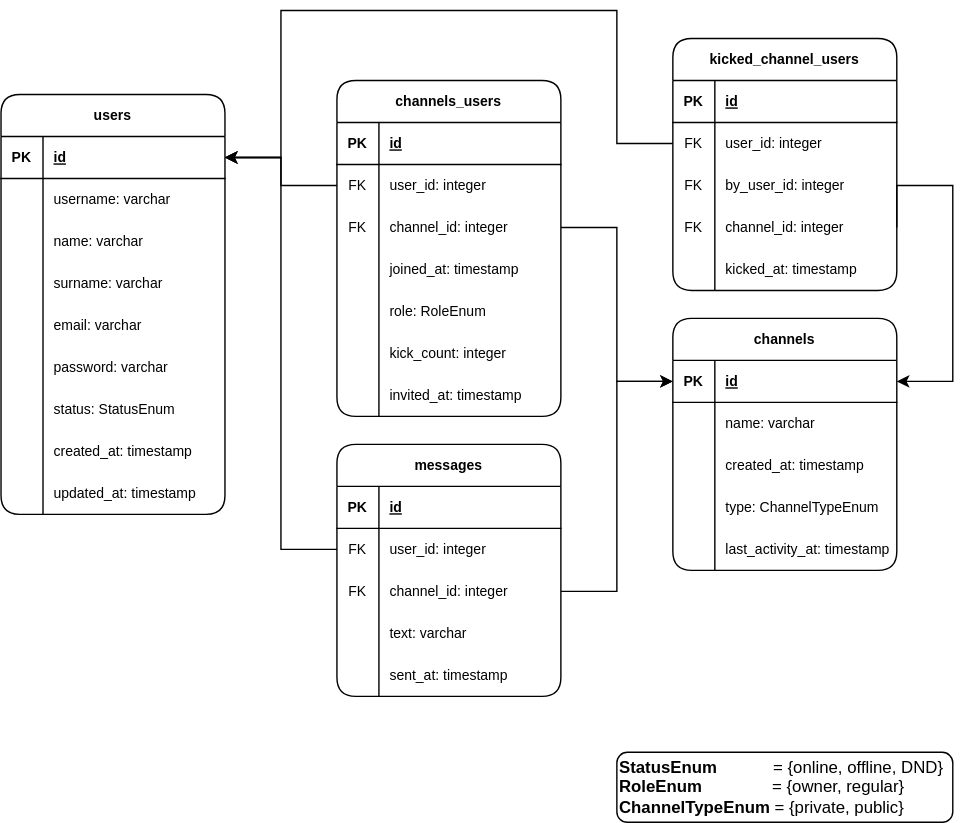
The draw.io diagram db_vpwa.svg in vktr274/VPWA-Backend, before a commit. Source tidied: cells renumbered, new cells last; positions are measured from the earlier drawing's top-left corner, leaving out a move shared by most shapes.
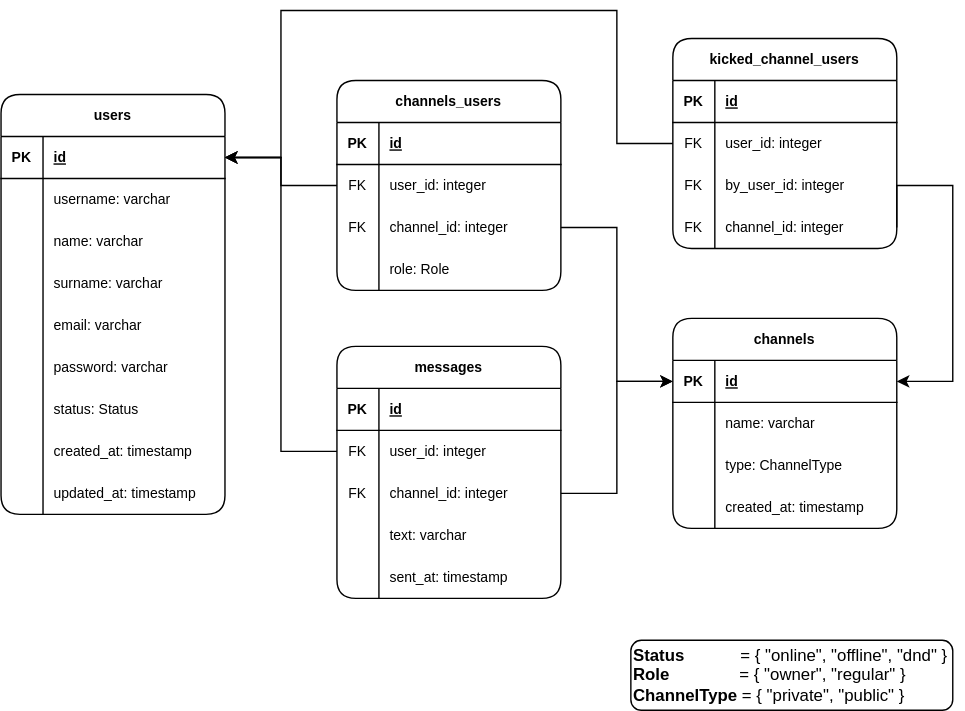
After the commit.

The edit, as a diff of the source:
```diff
@@ -65,7 +65,7 @@
     <mxCell id="22" style="shape=partialRectangle;fillColor=none;top=0;left=0;bottom=0;right=0;overflow=hidden;rounded=1;shadow=0;labelBackgroundColor=none;labelBorderColor=none;sketch=0;fontSize=10;fontColor=default;strokeColor=default;" parent="21" vertex="1">
       <mxGeometry width="30" height="30" as="geometry" />
     </mxCell>
-    <mxCell id="23" value="status: StatusEnum" style="shape=partialRectangle;fillColor=none;top=0;left=0;bottom=0;right=0;align=left;spacingLeft=6;overflow=hidden;rounded=1;shadow=0;labelBackgroundColor=none;labelBorderColor=none;sketch=0;fontSize=10;fontColor=default;strokeColor=default;" parent="21" vertex="1">
+    <mxCell id="23" value="status: Status" style="shape=partialRectangle;fillColor=none;top=0;left=0;bottom=0;right=0;align=left;spacingLeft=6;overflow=hidden;rounded=1;shadow=0;labelBackgroundColor=none;labelBorderColor=none;sketch=0;fontSize=10;fontColor=default;strokeColor=default;" parent="21" vertex="1">
       <mxGeometry x="30" width="130" height="30" as="geometry" />
     </mxCell>
     <mxCell id="24" style="shape=tableRow;horizontal=0;startSize=0;swimlaneHead=0;swimlaneBody=0;fillColor=none;top=0;left=0;right=0;bottom=0;rounded=1;shadow=0;labelBackgroundColor=none;labelBorderColor=none;sketch=0;fontSize=10;fontColor=default;strokeColor=default;" parent="2" vertex="1">
@@ -87,7 +87,7 @@
       <mxGeometry x="30" width="130" height="30" as="geometry" />
     </mxCell>
     <mxCell id="30" value="channels" style="shape=table;startSize=30;rowLines=0;fontStyle=1;align=center;rounded=1;shadow=0;labelBackgroundColor=none;labelBorderColor=none;sketch=0;fontSize=10;fontColor=default;strokeColor=default;fillColor=default;gradientColor=none;" parent="1" vertex="1">
-      <mxGeometry x="480" y="220" width="160" height="180" as="geometry" />
+      <mxGeometry x="480" y="220" width="160" height="150" as="geometry" />
     </mxCell>
     <mxCell id="31" style="shape=tableRow;horizontal=0;startSize=0;swimlaneHead=0;swimlaneBody=0;fillColor=none;points=[[0,0.5],[1,0.5]];portConstraint=eastwest;top=0;left=0;right=0;bottom=1;rounded=1;shadow=0;labelBackgroundColor=none;labelBorderColor=none;sketch=0;fontSize=10;fontColor=default;strokeColor=default;" parent="30" vertex="1">
       <mxGeometry y="30" width="160" height="30" as="geometry" />
@@ -107,8 +107,17 @@
     <mxCell id="36" value="name: varchar" style="shape=partialRectangle;fillColor=none;top=0;left=0;bottom=0;right=0;align=left;spacingLeft=6;overflow=hidden;rounded=1;shadow=0;labelBackgroundColor=none;labelBorderColor=none;sketch=0;fontSize=10;fontColor=default;strokeColor=default;" parent="34" vertex="1">
       <mxGeometry x="30" width="130" height="30" as="geometry" />
     </mxCell>
+    <mxCell id="40" style="shape=tableRow;horizontal=0;startSize=0;swimlaneHead=0;swimlaneBody=0;fillColor=none;top=0;left=0;right=0;bottom=0;rounded=1;shadow=0;labelBackgroundColor=none;labelBorderColor=none;sketch=0;fontSize=10;fontColor=default;strokeColor=default;" parent="30" vertex="1">
+      <mxGeometry y="90" width="160" height="30" as="geometry" />
+    </mxCell>
+    <mxCell id="41" style="shape=partialRectangle;fillColor=none;top=0;left=0;bottom=0;right=0;overflow=hidden;rounded=1;shadow=0;labelBackgroundColor=none;labelBorderColor=none;sketch=0;fontSize=10;fontColor=default;strokeColor=default;" parent="40" vertex="1">
+      <mxGeometry width="30" height="30" as="geometry" />
+    </mxCell>
+    <mxCell id="42" value="type: ChannelType" style="shape=partialRectangle;fillColor=none;top=0;left=0;bottom=0;right=0;align=left;spacingLeft=6;overflow=hidden;rounded=1;shadow=0;labelBackgroundColor=none;labelBorderColor=none;sketch=0;fontSize=10;fontColor=default;strokeColor=default;" parent="40" vertex="1">
+      <mxGeometry x="30" width="130" height="30" as="geometry" />
+    </mxCell>
     <mxCell id="37" style="shape=tableRow;horizontal=0;startSize=0;swimlaneHead=0;swimlaneBody=0;fillColor=none;top=0;left=0;right=0;bottom=0;rounded=1;shadow=0;labelBackgroundColor=none;labelBorderColor=none;sketch=0;fontSize=10;fontColor=default;strokeColor=default;" parent="30" vertex="1">
-      <mxGeometry y="90" width="160" height="30" as="geometry" />
+      <mxGeometry y="120" width="160" height="30" as="geometry" />
     </mxCell>
     <mxCell id="38" style="shape=partialRectangle;fillColor=none;top=0;left=0;bottom=0;right=0;overflow=hidden;rounded=1;shadow=0;labelBackgroundColor=none;labelBorderColor=none;sketch=0;fontSize=10;fontColor=default;strokeColor=default;" parent="37" vertex="1">
       <mxGeometry width="30" height="30" as="geometry" />
@@ -116,26 +125,8 @@
     <mxCell id="39" value="created_at: timestamp" style="shape=partialRectangle;fillColor=none;top=0;left=0;bottom=0;right=0;align=left;spacingLeft=6;overflow=hidden;rounded=1;shadow=0;labelBackgroundColor=none;labelBorderColor=none;sketch=0;fontSize=10;fontColor=default;strokeColor=default;" parent="37" vertex="1">
       <mxGeometry x="30" width="130" height="30" as="geometry" />
     </mxCell>
-    <mxCell id="40" style="shape=tableRow;horizontal=0;startSize=0;swimlaneHead=0;swimlaneBody=0;fillColor=none;top=0;left=0;right=0;bottom=0;rounded=1;shadow=0;labelBackgroundColor=none;labelBorderColor=none;sketch=0;fontSize=10;fontColor=default;strokeColor=default;" parent="30" vertex="1">
-      <mxGeometry y="120" width="160" height="30" as="geometry" />
-    </mxCell>
-    <mxCell id="41" style="shape=partialRectangle;fillColor=none;top=0;left=0;bottom=0;right=0;overflow=hidden;rounded=1;shadow=0;labelBackgroundColor=none;labelBorderColor=none;sketch=0;fontSize=10;fontColor=default;strokeColor=default;" parent="40" vertex="1">
-      <mxGeometry width="30" height="30" as="geometry" />
-    </mxCell>
-    <mxCell id="42" value="type: ChannelTypeEnum" style="shape=partialRectangle;fillColor=none;top=0;left=0;bottom=0;right=0;align=left;spacingLeft=6;overflow=hidden;rounded=1;shadow=0;labelBackgroundColor=none;labelBorderColor=none;sketch=0;fontSize=10;fontColor=default;strokeColor=default;" parent="40" vertex="1">
-      <mxGeometry x="30" width="130" height="30" as="geometry" />
-    </mxCell>
-    <mxCell id="43" style="shape=tableRow;horizontal=0;startSize=0;swimlaneHead=0;swimlaneBody=0;fillColor=none;top=0;left=0;right=0;bottom=0;rounded=1;shadow=0;labelBackgroundColor=none;labelBorderColor=none;sketch=0;fontSize=10;fontColor=default;strokeColor=default;" parent="30" vertex="1">
-      <mxGeometry y="150" width="160" height="30" as="geometry" />
-    </mxCell>
-    <mxCell id="44" style="shape=partialRectangle;fillColor=none;top=0;left=0;bottom=0;right=0;overflow=hidden;rounded=1;shadow=0;labelBackgroundColor=none;labelBorderColor=none;sketch=0;fontSize=10;fontColor=default;strokeColor=default;" parent="43" vertex="1">
-      <mxGeometry width="30" height="30" as="geometry" />
-    </mxCell>
-    <mxCell id="45" value="last_activity_at: timestamp" style="shape=partialRectangle;fillColor=none;top=0;left=0;bottom=0;right=0;align=left;spacingLeft=6;overflow=hidden;rounded=1;shadow=0;labelBackgroundColor=none;labelBorderColor=none;sketch=0;fontSize=10;fontColor=default;strokeColor=default;" parent="43" vertex="1">
-      <mxGeometry x="30" width="130" height="30" as="geometry" />
-    </mxCell>
     <mxCell id="46" value="channels_users" style="shape=table;startSize=30;rowLines=0;fontStyle=1;align=center;rounded=1;shadow=0;labelBackgroundColor=none;labelBorderColor=none;sketch=0;fontSize=10;fontColor=default;strokeColor=default;fillColor=default;gradientColor=none;" parent="1" vertex="1">
-      <mxGeometry x="240" y="50" width="160" height="240" as="geometry" />
+      <mxGeometry x="240" y="50" width="160" height="150" as="geometry" />
     </mxCell>
     <mxCell id="47" style="shape=tableRow;horizontal=0;startSize=0;swimlaneHead=0;swimlaneBody=0;fillColor=none;top=0;left=0;right=0;bottom=1;rounded=1;shadow=0;labelBackgroundColor=none;labelBorderColor=none;sketch=0;fontSize=10;fontColor=default;strokeColor=default;" parent="46" vertex="1">
       <mxGeometry y="30" width="160" height="30" as="geometry" />
@@ -164,42 +155,15 @@
     <mxCell id="55" value="channel_id: integer" style="shape=partialRectangle;fillColor=none;top=0;left=0;bottom=0;right=0;align=left;spacingLeft=6;overflow=hidden;rounded=1;shadow=0;labelBackgroundColor=none;labelBorderColor=none;sketch=0;fontSize=10;fontColor=default;strokeColor=default;" parent="53" vertex="1">
       <mxGeometry x="30" width="130" height="30" as="geometry" />
     </mxCell>
-    <mxCell id="56" style="shape=tableRow;horizontal=0;startSize=0;swimlaneHead=0;swimlaneBody=0;fillColor=none;top=0;left=0;right=0;bottom=0;rounded=1;shadow=0;labelBackgroundColor=none;labelBorderColor=none;sketch=0;fontSize=10;fontColor=default;strokeColor=default;" parent="46" vertex="1">
-      <mxGeometry y="120" width="160" height="30" as="geometry" />
-    </mxCell>
-    <mxCell id="57" style="shape=partialRectangle;fillColor=none;top=0;left=0;bottom=0;right=0;overflow=hidden;rounded=1;shadow=0;labelBackgroundColor=none;labelBorderColor=none;sketch=0;fontSize=10;fontColor=default;strokeColor=default;" parent="56" vertex="1">
-      <mxGeometry width="30" height="30" as="geometry" />
-    </mxCell>
-    <mxCell id="58" value="joined_at: timestamp" style="shape=partialRectangle;fillColor=none;top=0;left=0;bottom=0;right=0;align=left;spacingLeft=6;overflow=hidden;rounded=1;shadow=0;labelBackgroundColor=none;labelBorderColor=none;sketch=0;fontSize=10;fontColor=default;strokeColor=default;" parent="56" vertex="1">
-      <mxGeometry x="30" width="130" height="30" as="geometry" />
-    </mxCell>
     <mxCell id="59" style="shape=tableRow;horizontal=0;startSize=0;swimlaneHead=0;swimlaneBody=0;fillColor=none;top=0;left=0;right=0;bottom=0;rounded=1;shadow=0;labelBackgroundColor=none;labelBorderColor=none;sketch=0;fontSize=10;fontColor=default;strokeColor=default;" parent="46" vertex="1">
-      <mxGeometry y="150" width="160" height="30" as="geometry" />
+      <mxGeometry y="120" width="160" height="30" as="geometry" />
     </mxCell>
     <mxCell id="60" style="shape=partialRectangle;fillColor=none;top=0;left=0;bottom=0;right=0;overflow=hidden;rounded=1;shadow=0;labelBackgroundColor=none;labelBorderColor=none;sketch=0;fontSize=10;fontColor=default;strokeColor=default;" parent="59" vertex="1">
       <mxGeometry width="30" height="30" as="geometry" />
     </mxCell>
-    <mxCell id="61" value="role: RoleEnum" style="shape=partialRectangle;fillColor=none;top=0;left=0;bottom=0;right=0;align=left;spacingLeft=6;overflow=hidden;rounded=1;shadow=0;labelBackgroundColor=none;labelBorderColor=none;sketch=0;fontSize=10;fontColor=default;strokeColor=default;" parent="59" vertex="1">
+    <mxCell id="61" value="role: Role" style="shape=partialRectangle;fillColor=none;top=0;left=0;bottom=0;right=0;align=left;spacingLeft=6;overflow=hidden;rounded=1;shadow=0;labelBackgroundColor=none;labelBorderColor=none;sketch=0;fontSize=10;fontColor=default;strokeColor=default;" parent="59" vertex="1">
       <mxGeometry x="30" width="130" height="30" as="geometry" />
     </mxCell>
-    <mxCell id="62" style="shape=tableRow;horizontal=0;startSize=0;swimlaneHead=0;swimlaneBody=0;fillColor=none;top=0;left=0;right=0;bottom=0;rounded=1;shadow=0;labelBackgroundColor=none;labelBorderColor=none;sketch=0;fontSize=10;fontColor=default;strokeColor=default;" parent="46" vertex="1">
-      <mxGeometry y="180" width="160" height="30" as="geometry" />
-    </mxCell>
-    <mxCell id="63" style="shape=partialRectangle;fillColor=none;top=0;left=0;bottom=0;right=0;overflow=hidden;rounded=1;shadow=0;labelBackgroundColor=none;labelBorderColor=none;sketch=0;fontSize=10;fontColor=default;strokeColor=default;" parent="62" vertex="1">
-      <mxGeometry width="30" height="30" as="geometry" />
-    </mxCell>
-    <mxCell id="64" value="kick_count: integer" style="shape=partialRectangle;fillColor=none;top=0;left=0;bottom=0;right=0;align=left;spacingLeft=6;overflow=hidden;rounded=1;shadow=0;labelBackgroundColor=none;labelBorderColor=none;sketch=0;fontSize=10;fontColor=default;strokeColor=default;" parent="62" vertex="1">
-      <mxGeometry x="30" width="130" height="30" as="geometry" />
-    </mxCell>
-    <mxCell id="65" style="shape=tableRow;horizontal=0;startSize=0;swimlaneHead=0;swimlaneBody=0;fillColor=none;top=0;left=0;right=0;bottom=0;rounded=1;shadow=0;labelBackgroundColor=none;labelBorderColor=none;sketch=0;fontSize=10;fontColor=default;strokeColor=default;" parent="46" vertex="1">
-      <mxGeometry y="210" width="160" height="30" as="geometry" />
-    </mxCell>
-    <mxCell id="66" style="shape=partialRectangle;fillColor=none;top=0;left=0;bottom=0;right=0;overflow=hidden;rounded=1;shadow=0;labelBackgroundColor=none;labelBorderColor=none;sketch=0;fontSize=10;fontColor=default;strokeColor=default;" parent="65" vertex="1">
-      <mxGeometry width="30" height="30" as="geometry" />
-    </mxCell>
-    <mxCell id="67" value="invited_at: timestamp" style="shape=partialRectangle;fillColor=none;top=0;left=0;bottom=0;right=0;align=left;spacingLeft=6;overflow=hidden;rounded=1;shadow=0;labelBackgroundColor=none;labelBorderColor=none;sketch=0;fontSize=10;fontColor=default;strokeColor=default;" parent="65" vertex="1">
-      <mxGeometry x="30" width="130" height="30" as="geometry" />
-    </mxCell>
     <mxCell id="68" style="edgeStyle=orthogonalEdgeStyle;rounded=0;jettySize=auto;html=1;exitX=0;exitY=0.5;exitDx=0;exitDy=0;entryX=1;entryY=0.5;entryDx=0;entryDy=0;fontSize=10;fontColor=default;" parent="1" edge="1" source="50" target="3">
       <mxGeometry relative="1" as="geometry">
         <Array as="points">
@@ -217,7 +181,7 @@
       </mxGeometry>
     </mxCell>
     <mxCell id="70" value="kicked_channel_users" style="shape=table;startSize=30;rowLines=0;fontStyle=1;align=center;rounded=1;shadow=0;labelBackgroundColor=none;labelBorderColor=none;sketch=0;fontSize=10;fontColor=default;strokeColor=default;fillColor=default;gradientColor=none;" parent="1" vertex="1">
-      <mxGeometry x="480" y="20" width="160" height="180" as="geometry" />
+      <mxGeometry x="480" y="20" width="160" height="150" as="geometry" />
     </mxCell>
     <mxCell id="71" style="shape=tableRow;horizontal=0;startSize=0;swimlaneHead=0;swimlaneBody=0;fillColor=none;top=0;left=0;right=0;bottom=1;rounded=1;shadow=0;labelBackgroundColor=none;labelBorderColor=none;sketch=0;fontSize=10;fontColor=default;strokeColor=default;" parent="70" vertex="1">
       <mxGeometry y="30" width="160" height="30" as="geometry" />
@@ -255,15 +219,6 @@
     <mxCell id="82" value="channel_id: integer" style="shape=partialRectangle;fillColor=none;top=0;left=0;bottom=0;right=0;align=left;spacingLeft=6;overflow=hidden;rounded=1;shadow=0;labelBackgroundColor=none;labelBorderColor=none;sketch=0;fontSize=10;fontColor=default;strokeColor=default;" parent="80" vertex="1">
       <mxGeometry x="30" width="130" height="30" as="geometry" />
     </mxCell>
-    <mxCell id="83" style="shape=tableRow;horizontal=0;startSize=0;swimlaneHead=0;swimlaneBody=0;fillColor=none;top=0;left=0;right=0;bottom=0;rounded=1;shadow=0;labelBackgroundColor=none;labelBorderColor=none;sketch=0;fontSize=10;fontColor=default;strokeColor=default;" parent="70" vertex="1">
-      <mxGeometry y="150" width="160" height="30" as="geometry" />
-    </mxCell>
-    <mxCell id="84" style="shape=partialRectangle;fillColor=none;top=0;left=0;bottom=0;right=0;overflow=hidden;rounded=1;shadow=0;labelBackgroundColor=none;labelBorderColor=none;sketch=0;fontSize=10;fontColor=default;strokeColor=default;" parent="83" vertex="1">
-      <mxGeometry width="30" height="30" as="geometry" />
-    </mxCell>
-    <mxCell id="85" value="kicked_at: timestamp" style="shape=partialRectangle;fillColor=none;top=0;left=0;bottom=0;right=0;align=left;spacingLeft=6;overflow=hidden;rounded=1;shadow=0;labelBackgroundColor=none;labelBorderColor=none;sketch=0;fontSize=10;fontColor=default;strokeColor=default;" parent="83" vertex="1">
-      <mxGeometry x="30" width="130" height="30" as="geometry" />
-    </mxCell>
     <mxCell id="86" style="edgeStyle=orthogonalEdgeStyle;rounded=0;jettySize=auto;html=1;exitX=1;exitY=0.5;exitDx=0;exitDy=0;entryX=1;entryY=0.5;entryDx=0;entryDy=0;fontSize=10;fontColor=default;" parent="1" edge="1" source="80" target="31">
       <mxGeometry relative="1" as="geometry">
         <Array as="points">
@@ -273,7 +228,7 @@
       </mxGeometry>
     </mxCell>
     <mxCell id="87" value="messages" style="shape=table;startSize=30;rowLines=0;fontStyle=1;align=center;rounded=1;shadow=0;labelBackgroundColor=none;labelBorderColor=none;sketch=0;fontSize=10;fontColor=default;strokeColor=default;fillColor=default;gradientColor=none;" parent="1" vertex="1">
-      <mxGeometry x="240" y="310" width="160" height="180" as="geometry" />
+      <mxGeometry x="240" y="240" width="160" height="180" as="geometry" />
     </mxCell>
     <mxCell id="88" style="shape=tableRow;horizontal=0;startSize=0;swimlaneHead=0;swimlaneBody=0;fillColor=none;top=0;left=0;right=0;bottom=1;rounded=1;shadow=0;labelBackgroundColor=none;labelBorderColor=none;sketch=0;fontSize=10;fontColor=default;strokeColor=default;" parent="87" vertex="1">
       <mxGeometry y="30" width="160" height="30" as="geometry" />
@@ -336,8 +291,8 @@
     <mxCell id="105" style="edgeStyle=orthogonalEdgeStyle;rounded=0;jettySize=auto;html=1;exitX=1;exitY=0.5;exitDx=0;exitDy=0;entryX=0;entryY=0.5;entryDx=0;entryDy=0;" parent="1" edge="1" source="94" target="31">
       <mxGeometry relative="1" as="geometry" />
     </mxCell>
-    <mxCell id="106" value="&lt;b&gt;StatusEnum&amp;nbsp; &amp;nbsp; &amp;nbsp; &amp;nbsp; &amp;nbsp; &amp;nbsp; &lt;/b&gt;= {online, offline, DND}&lt;br&gt;&lt;b&gt;RoleEnum&amp;nbsp; &amp;nbsp; &amp;nbsp; &amp;nbsp; &amp;nbsp; &amp;nbsp; &amp;nbsp; &amp;nbsp;&lt;/b&gt;= {owner, regular}&lt;br&gt;&lt;b&gt;ChannelTypeEnum &lt;/b&gt;= {private, public}" style="text;html=1;strokeColor=default;fillColor=none;align=left;verticalAlign=middle;whiteSpace=wrap;rounded=1;" parent="1" vertex="1">
-      <mxGeometry x="440" y="530" width="240" height="50" as="geometry" />
+    <mxCell id="106" value="&lt;b&gt;Status&amp;nbsp; &amp;nbsp; &amp;nbsp; &amp;nbsp; &amp;nbsp; &amp;nbsp;&amp;nbsp;&lt;/b&gt;= { &quot;online&quot;, &quot;offline&quot;, &quot;dnd&quot; }&lt;br&gt;&lt;b&gt;Role&amp;nbsp; &amp;nbsp; &amp;nbsp; &amp;nbsp; &amp;nbsp; &amp;nbsp; &amp;nbsp; &amp;nbsp;&lt;/b&gt;= { &quot;owner&quot;, &quot;regular&quot; }&lt;br&gt;&lt;b&gt;ChannelType&amp;nbsp;&lt;/b&gt;= { &quot;private&quot;, &quot;public&quot; }" style="text;html=1;strokeColor=default;fillColor=none;align=left;verticalAlign=middle;whiteSpace=wrap;rounded=1;" parent="1" vertex="1">
+      <mxGeometry x="450" y="450" width="230" height="50" as="geometry" />
     </mxCell>
   </root>
 </mxGraphModel>
```
